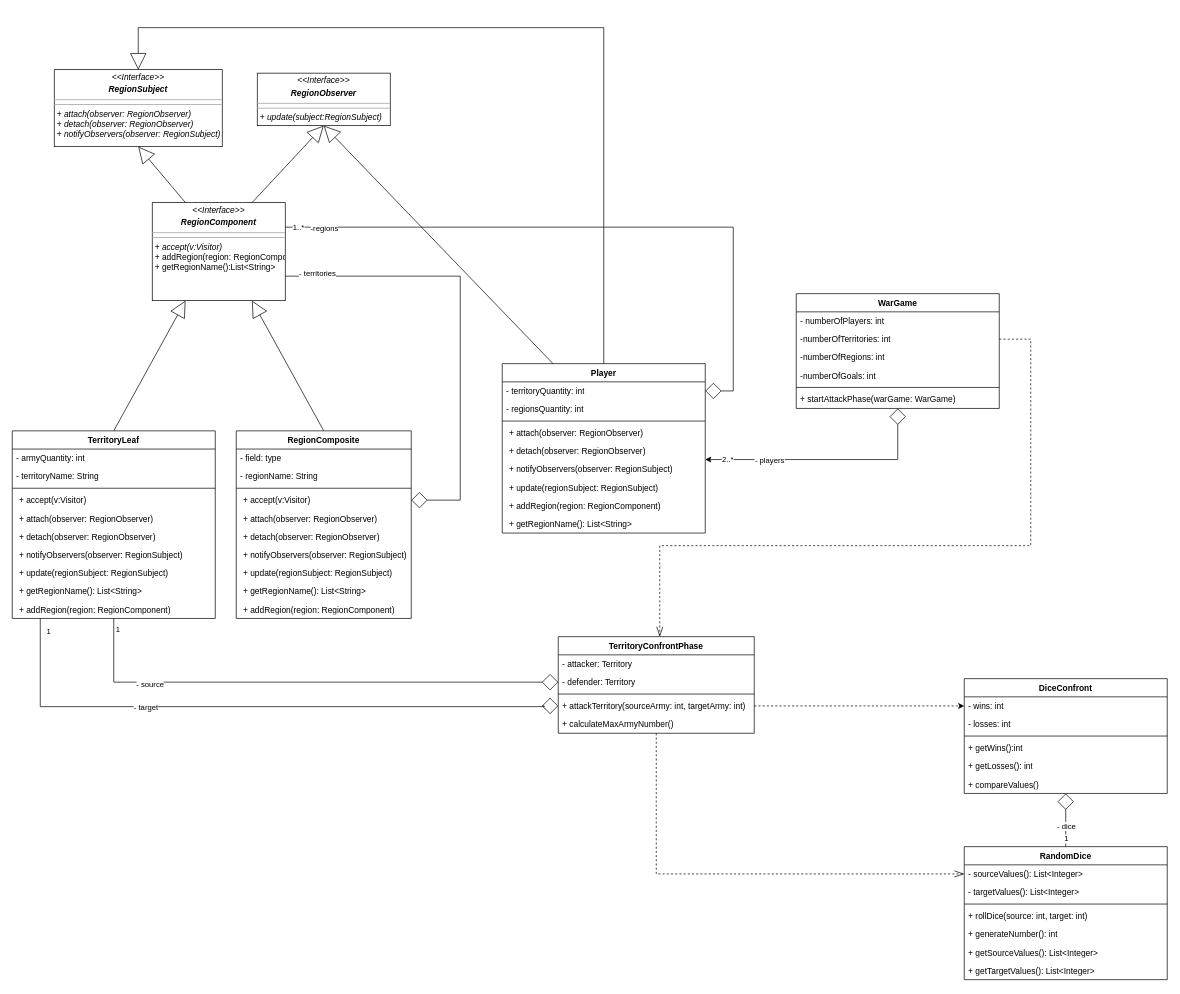
Earlier version of the draw.io diagram ClassDiagramTerritoryConfront.drawio (Gil32610/class-diagram-territory-confront). Source tidied: cells renumbered, new cells numbered last; positions are measured from the earlier drawing's top-left corner, leaving out a move shared by most shapes. Both pictures are drawn from the tidied source at 70%, with x=0, y=0 at pixel (12, 27).
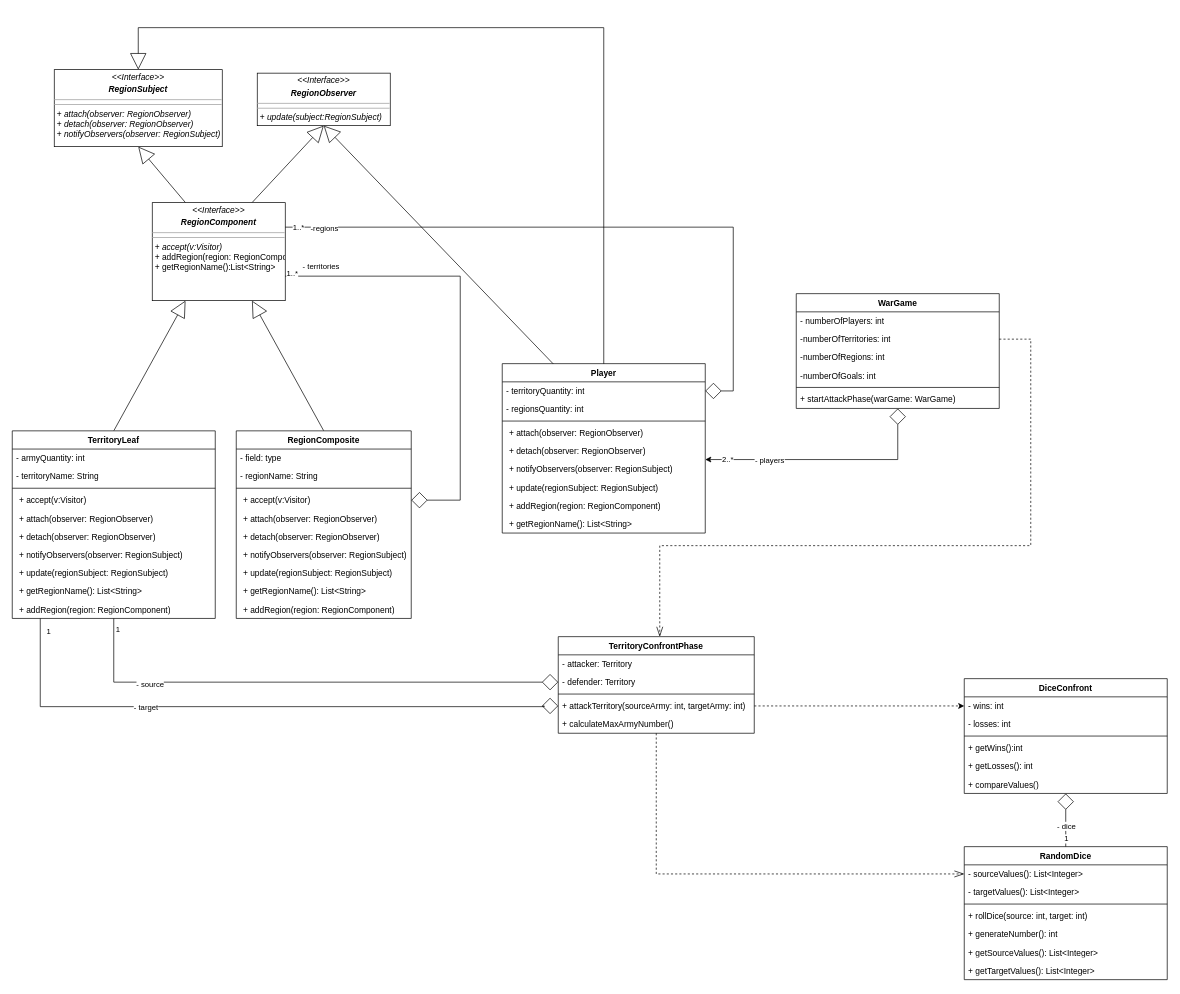
The same page after the edit.

Commit message:
connection cardinality on region component

The change refers to these unchanged cells:
```xml
<mxCell id="8" style="edgeStyle=orthogonalEdgeStyle;rounded=0;jettySize=auto;html=1;exitX=1;exitY=0.5;exitDx=0;exitDy=0;entryX=1;entryY=0.75;entryDx=0;entryDy=0;startArrow=diamond;startFill=0;strokeWidth=1;targetPerimeterSpacing=0;sourcePerimeterSpacing=6;startSize=21;endArrow=none;endFill=0;" parent="1" edge="1" source="46" target="5">
  <mxGeometry relative="1" as="geometry">
    <Array as="points">
      <mxPoint x="640" y="675" />
      <mxPoint x="640" y="355" />
    </Array>
  </mxGeometry>
</mxCell>
```

The edit, as a diff of the source:
```diff
@@
     <mxCell id="9" value="&lt;div&gt;- territories&lt;/div&gt;" style="edgeLabel;html=1;align=center;verticalAlign=middle;" parent="8" vertex="1">
       <mxGeometry x="0.86" y="4" relative="1" as="geometry">
-        <mxPoint y="-9" as="offset" />
+        <mxPoint x="5" y="-19" as="offset" />
       </mxGeometry>
     </mxCell>
+    <mxCell id="91" value="&lt;div&gt;1..*&lt;br&gt;&lt;/div&gt;" style="edgeLabel;html=1;align=center;verticalAlign=middle;" parent="8" vertex="1">
+      <mxGeometry x="0.98" y="-1" relative="1" as="geometry">
+        <mxPoint x="3" y="-4" as="offset" />
+      </mxGeometry>
+    </mxCell>
```
